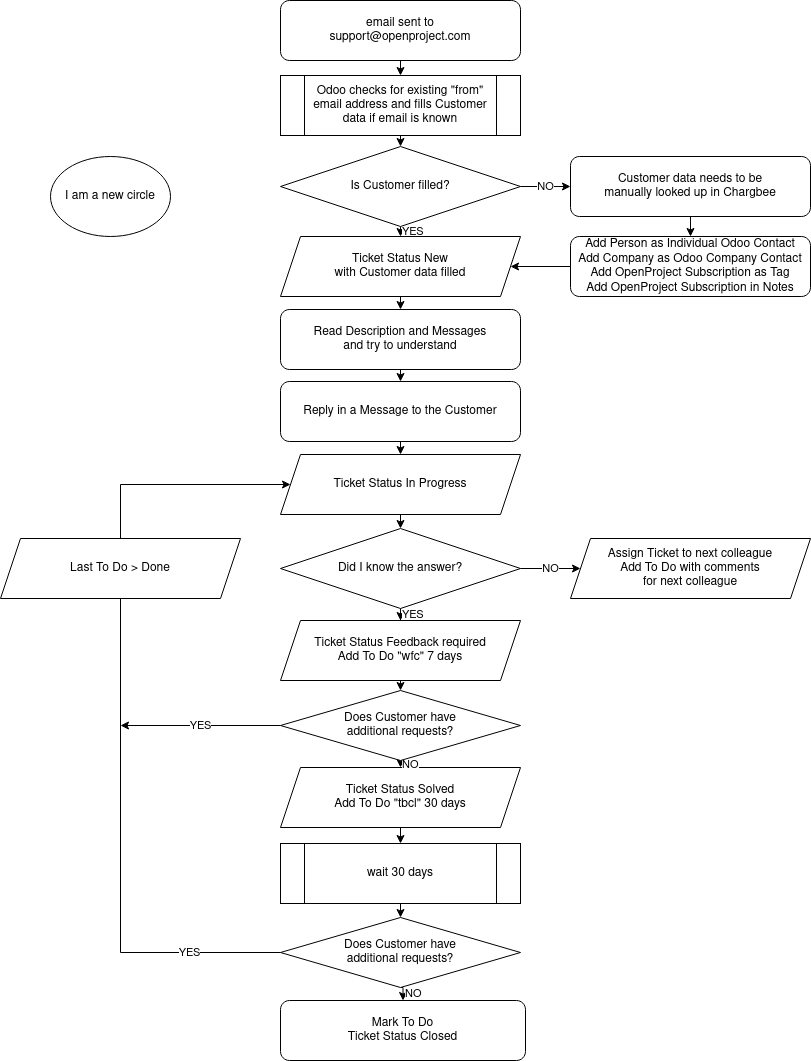
Above: ticket-creation-by-email.drawio.png in adam-op/op-draw-io-storage (draw.io), before the change. Source tidied: cells renumbered, new cells last; positions are measured from the earlier drawing's top-left corner, leaving out a move shared by most shapes.
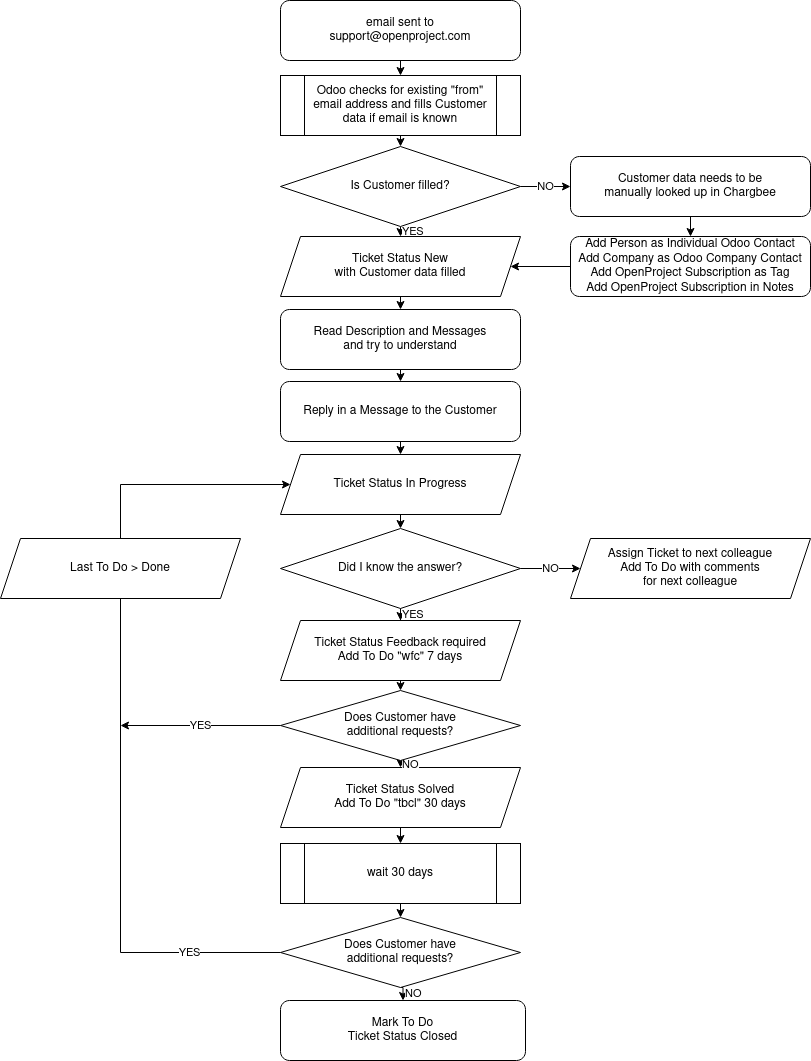
After the change.

Change to the diagram source:
```diff
@@ -120,8 +120,5 @@
     <mxCell id="38" value="Last To Do &amp;gt; Done" style="shape=parallelogram;perimeter=parallelogramPerimeter;whiteSpace=wrap;html=1;fixedSize=1;" parent="1" vertex="1">
       <mxGeometry y="538" width="240" height="60" as="geometry" />
     </mxCell>
-    <mxCell id="39" value="I am a new circle" style="ellipse;whiteSpace=wrap;html=1;" parent="1" vertex="1">
-      <mxGeometry x="50" y="156" width="120" height="80" as="geometry" />
-    </mxCell>
   </root>
 </mxGraphModel>
```
